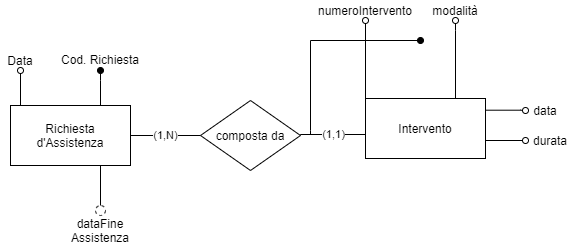
GiovanniRaseraF/ProgettoBasiDiDatiLaboratorio keeps this draw.io diagram as Relazione/image/entita_debole.png. Above is the earlier version. Source tidied: cells renumbered, new cells last; positions are measured from the earlier drawing's top-left corner, leaving out a move shared by most shapes. Its diagram source:
```xml
<mxGraphModel>
  <root>
    <mxCell id="0" />
    <mxCell id="1" parent="0" />
    <mxCell id="2" style="edgeStyle=orthogonalEdgeStyle;rounded=0;jettySize=auto;html=1;exitX=0;exitY=0;exitDx=0;exitDy=0;entryX=0.5;entryY=1;entryDx=0;entryDy=0;startArrow=none;startFill=0;endArrow=oval;endFill=0;strokeWidth=1;jumpStyle=arc;" parent="1" edge="1" source="8" target="3">
      <mxGeometry relative="1" as="geometry">
        <Array as="points">
          <mxPoint x="365" y="20" />
        </Array>
      </mxGeometry>
    </mxCell>
    <mxCell id="3" value="numeroIntervento" style="text;html=1;strokeColor=none;fillColor=none;align=center;verticalAlign=middle;whiteSpace=wrap;rounded=0;" parent="1" vertex="1">
      <mxGeometry x="325" width="80" height="20" as="geometry" />
    </mxCell>
    <mxCell id="4" style="edgeStyle=orthogonalEdgeStyle;rounded=0;jettySize=auto;html=1;exitX=0.5;exitY=1;exitDx=0;exitDy=0;entryX=0.75;entryY=0;entryDx=0;entryDy=0;startArrow=oval;startFill=0;endArrow=none;endFill=0;strokeWidth=1;" parent="1" edge="1" source="5" target="8">
      <mxGeometry relative="1" as="geometry">
        <Array as="points">
          <mxPoint x="455" y="30" />
        </Array>
      </mxGeometry>
    </mxCell>
    <mxCell id="5" value="modalità" style="text;html=1;strokeColor=none;fillColor=none;align=center;verticalAlign=middle;whiteSpace=wrap;rounded=0;" parent="1" vertex="1">
      <mxGeometry x="425" width="60" height="20" as="geometry" />
    </mxCell>
    <mxCell id="6" style="edgeStyle=orthogonalEdgeStyle;rounded=0;jettySize=auto;html=1;exitX=1.003;exitY=0.195;exitDx=0;exitDy=0;startArrow=none;startFill=0;endArrow=oval;endFill=0;strokeColor=#000000;strokeWidth=1;exitPerimeter=0;entryX=0;entryY=0.5;entryDx=0;entryDy=0;" parent="1" edge="1" source="8" target="11">
      <mxGeometry relative="1" as="geometry">
        <Array as="points">
          <mxPoint x="520" y="110" />
        </Array>
      </mxGeometry>
    </mxCell>
    <mxCell id="7" style="edgeStyle=orthogonalEdgeStyle;rounded=0;jettySize=auto;html=1;exitX=1;exitY=0.75;exitDx=0;exitDy=0;endArrow=oval;endFill=0;entryX=0;entryY=0.5;entryDx=0;entryDy=0;" parent="1" edge="1" source="8" target="12">
      <mxGeometry relative="1" as="geometry">
        <Array as="points">
          <mxPoint x="485" y="140" />
        </Array>
      </mxGeometry>
    </mxCell>
    <mxCell id="8" value="Intervento" style="rounded=0;whiteSpace=wrap;html=1;" parent="1" vertex="1">
      <mxGeometry x="365" y="98" width="120" height="60" as="geometry" />
    </mxCell>
    <mxCell id="9" value="(1,1)" style="edgeStyle=orthogonalEdgeStyle;rounded=0;jettySize=auto;html=1;exitX=1;exitY=0.5;exitDx=0;exitDy=0;entryX=0;entryY=0.5;entryDx=0;entryDy=0;startArrow=none;startFill=0;endArrow=none;endFill=0;strokeColor=#000000;strokeWidth=1;" parent="1" edge="1" source="10">
      <mxGeometry relative="1" as="geometry">
        <mxPoint x="365" y="132" as="targetPoint" />
        <Array as="points">
          <mxPoint x="365" y="134" />
        </Array>
      </mxGeometry>
    </mxCell>
    <mxCell id="10" value="composta da" style="rhombus;whiteSpace=wrap;html=1;" parent="1" vertex="1">
      <mxGeometry x="200" y="100" width="100" height="70" as="geometry" />
    </mxCell>
    <mxCell id="11" value="data" style="text;html=1;strokeColor=none;fillColor=none;align=center;verticalAlign=middle;whiteSpace=wrap;rounded=0;" parent="1" vertex="1">
      <mxGeometry x="525" y="100" width="40" height="20" as="geometry" />
    </mxCell>
    <mxCell id="12" value="durata" style="text;html=1;strokeColor=none;fillColor=none;align=center;verticalAlign=middle;whiteSpace=wrap;rounded=0;rotation=0;" parent="1" vertex="1">
      <mxGeometry x="525" y="130" width="50" height="20" as="geometry" />
    </mxCell>
    <mxCell id="13" value="(1,1)" style="edgeLabel;html=1;align=center;verticalAlign=middle;" parent="1" vertex="1">
      <mxGeometry x="424" y="180" as="geometry" />
    </mxCell>
    <mxCell id="14" style="edgeStyle=orthogonalEdgeStyle;rounded=0;orthogonalLoop=1;jettySize=auto;html=1;startArrow=oval;startFill=1;endArrow=none;endFill=0;strokeWidth=1;fillColor=#fff2cc;" parent="1" edge="1">
      <mxGeometry relative="1" as="geometry">
        <mxPoint x="420" y="40" as="sourcePoint" />
        <mxPoint x="310" y="134" as="targetPoint" />
        <Array as="points">
          <mxPoint x="310" y="40" />
          <mxPoint x="310" y="130" />
        </Array>
      </mxGeometry>
    </mxCell>
    <mxCell id="15" style="edgeStyle=orthogonalEdgeStyle;rounded=0;jettySize=auto;html=1;exitX=0.25;exitY=0;exitDx=0;exitDy=0;entryX=0.5;entryY=1;entryDx=0;entryDy=0;strokeColor=#000000;endArrow=oval;endFill=0;" parent="1" edge="1" source="19" target="22">
      <mxGeometry relative="1" as="geometry">
        <Array as="points">
          <mxPoint x="20" y="105" />
        </Array>
      </mxGeometry>
    </mxCell>
    <mxCell id="16" value="(1,N)" style="edgeStyle=orthogonalEdgeStyle;rounded=0;jettySize=auto;html=1;exitX=1;exitY=0.5;exitDx=0;exitDy=0;entryX=0;entryY=0.5;entryDx=0;entryDy=0;endArrow=none;endFill=0;" parent="1" edge="1" source="19" target="10">
      <mxGeometry relative="1" as="geometry" />
    </mxCell>
    <mxCell id="17" style="edgeStyle=orthogonalEdgeStyle;rounded=0;jettySize=auto;html=1;exitX=0.75;exitY=0;exitDx=0;exitDy=0;endArrow=oval;endFill=1;fillColor=#fff2cc;" parent="1" edge="1" source="19">
      <mxGeometry relative="1" as="geometry">
        <mxPoint x="100" y="70" as="targetPoint" />
        <Array as="points">
          <mxPoint x="100" y="80" />
          <mxPoint x="100" y="80" />
        </Array>
      </mxGeometry>
    </mxCell>
    <mxCell id="18" style="edgeStyle=orthogonalEdgeStyle;rounded=0;jettySize=auto;html=1;exitX=0.75;exitY=1;exitDx=0;exitDy=0;entryX=0.5;entryY=0;entryDx=0;entryDy=0;startArrow=none;startFill=0;endArrow=none;endFill=0;" parent="1" edge="1" source="19" target="23">
      <mxGeometry relative="1" as="geometry" />
    </mxCell>
    <mxCell id="19" value="Richiesta d'Assistenza" style="rounded=0;whiteSpace=wrap;html=1;" parent="1" vertex="1">
      <mxGeometry x="10" y="105" width="120" height="60" as="geometry" />
    </mxCell>
    <mxCell id="20" value="Cod. Richiesta" style="text;html=1;strokeColor=none;fillColor=none;align=center;verticalAlign=middle;whiteSpace=wrap;rounded=0;" parent="1" vertex="1">
      <mxGeometry x="50" y="43.8" width="100" height="30" as="geometry" />
    </mxCell>
    <mxCell id="21" value="dataFine&lt;br&gt;Assistenza" style="text;html=1;strokeColor=none;fillColor=none;align=center;verticalAlign=middle;whiteSpace=wrap;rounded=0;" parent="1" vertex="1">
      <mxGeometry x="80" y="215" width="40" height="30" as="geometry" />
    </mxCell>
    <mxCell id="22" value="Data" style="text;html=1;strokeColor=none;fillColor=none;align=center;verticalAlign=middle;whiteSpace=wrap;rounded=0;" parent="1" vertex="1">
      <mxGeometry y="50" width="40" height="20" as="geometry" />
    </mxCell>
    <mxCell id="23" style="ellipse;whiteSpace=wrap;html=1;dashed=1;fillColor=none;" parent="1" vertex="1">
      <mxGeometry x="95" y="205" width="10" height="10" as="geometry" />
    </mxCell>
  </root>
</mxGraphModel>
```
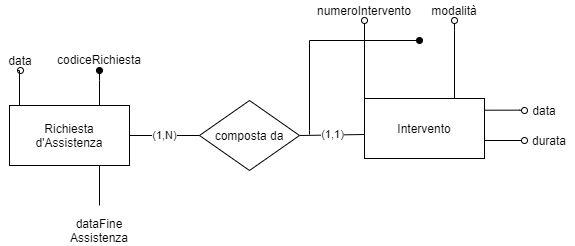
Later version of the same file.

Diff of the diagram source:
```diff
@@ -56,55 +56,51 @@
     <mxCell id="12" value="durata" style="text;html=1;strokeColor=none;fillColor=none;align=center;verticalAlign=middle;whiteSpace=wrap;rounded=0;rotation=0;" parent="1" vertex="1">
       <mxGeometry x="525" y="130" width="50" height="20" as="geometry" />
     </mxCell>
-    <mxCell id="13" value="(1,1)" style="edgeLabel;html=1;align=center;verticalAlign=middle;" parent="1" vertex="1">
-      <mxGeometry x="424" y="180" as="geometry" />
+    <mxCell id="13" style="edgeStyle=orthogonalEdgeStyle;rounded=0;orthogonalLoop=1;jettySize=auto;html=1;startArrow=oval;startFill=1;endArrow=none;endFill=0;strokeWidth=1;fillColor=#fff2cc;" parent="1" edge="1">
+      <mxGeometry relative="1" as="geometry">
+        <mxPoint x="420" y="40" as="sourcePoint" />
+        <mxPoint x="310" y="134" as="targetPoint" />
+        <Array as="points">
+          <mxPoint x="310" y="40" />
+          <mxPoint x="310" y="130" />
+        </Array>
+      </mxGeometry>
     </mxCell>
-    <mxCell id="14" style="edgeStyle=orthogonalEdgeStyle;rounded=0;orthogonalLoop=1;jettySize=auto;html=1;startArrow=oval;startFill=1;endArrow=none;endFill=0;strokeWidth=1;fillColor=#fff2cc;" parent="1" edge="1">
+    <mxCell id="14" style="edgeStyle=orthogonalEdgeStyle;rounded=0;jettySize=auto;html=1;exitX=0.25;exitY=0;exitDx=0;exitDy=0;entryX=0.5;entryY=1;entryDx=0;entryDy=0;strokeColor=#000000;endArrow=oval;endFill=0;" parent="1" edge="1" source="18" target="21">
       <mxGeometry relative="1" as="geometry">
-        <mxPoint x="420" y="40" as="sourcePoint" />
-        <mxPoint x="310" y="134" as="targetPoint" />
         <Array as="points">
-          <mxPoint x="310" y="40" />
-          <mxPoint x="310" y="130" />
+          <mxPoint x="20" y="105" />
         </Array>
       </mxGeometry>
     </mxCell>
-    <mxCell id="15" style="edgeStyle=orthogonalEdgeStyle;rounded=0;jettySize=auto;html=1;exitX=0.25;exitY=0;exitDx=0;exitDy=0;entryX=0.5;entryY=1;entryDx=0;entryDy=0;strokeColor=#000000;endArrow=oval;endFill=0;" parent="1" edge="1" source="19" target="22">
-      <mxGeometry relative="1" as="geometry">
-        <Array as="points">
-          <mxPoint x="20" y="105" />
-        </Array>
-      </mxGeometry>
+    <mxCell id="15" value="(1,N)" style="edgeStyle=orthogonalEdgeStyle;rounded=0;jettySize=auto;html=1;exitX=1;exitY=0.5;exitDx=0;exitDy=0;entryX=0;entryY=0.5;entryDx=0;entryDy=0;endArrow=none;endFill=0;" parent="1" edge="1" source="18" target="10">
+      <mxGeometry relative="1" as="geometry" />
     </mxCell>
-    <mxCell id="16" value="(1,N)" style="edgeStyle=orthogonalEdgeStyle;rounded=0;jettySize=auto;html=1;exitX=1;exitY=0.5;exitDx=0;exitDy=0;entryX=0;entryY=0.5;entryDx=0;entryDy=0;endArrow=none;endFill=0;" parent="1" edge="1" source="19" target="10">
-      <mxGeometry relative="1" as="geometry" />
+    <mxCell id="16" style="edgeStyle=orthogonalEdgeStyle;rounded=0;jettySize=auto;html=1;exitX=0.75;exitY=0;exitDx=0;exitDy=0;endArrow=oval;endFill=1;fillColor=#fff2cc;" parent="1" edge="1" source="18">
+      <mxGeometry relative="1" as="geometry">
+        <mxPoint x="100" y="70" as="targetPoint" />
+        <Array as="points">
+          <mxPoint x="100" y="80" />
+          <mxPoint x="100" y="80" />
+        </Array>
+      </mxGeometry>
     </mxCell>
-    <mxCell id="17" style="edgeStyle=orthogonalEdgeStyle;rounded=0;jettySize=auto;html=1;exitX=0.75;exitY=0;exitDx=0;exitDy=0;endArrow=oval;endFill=1;fillColor=#fff2cc;" parent="1" edge="1" source="19">
+    <mxCell id="17" style="edgeStyle=orthogonalEdgeStyle;rounded=0;jettySize=auto;html=1;exitX=0.75;exitY=1;exitDx=0;exitDy=0;entryX=0.5;entryY=0;entryDx=0;entryDy=0;startArrow=none;startFill=0;endArrow=none;endFill=0;" parent="1" edge="1" source="18">
       <mxGeometry relative="1" as="geometry">
-        <mxPoint x="100" y="70" as="targetPoint" />
-        <Array as="points">
-          <mxPoint x="100" y="80" />
-          <mxPoint x="100" y="80" />
-        </Array>
+        <mxPoint x="100" y="205" as="targetPoint" />
       </mxGeometry>
     </mxCell>
-    <mxCell id="18" style="edgeStyle=orthogonalEdgeStyle;rounded=0;jettySize=auto;html=1;exitX=0.75;exitY=1;exitDx=0;exitDy=0;entryX=0.5;entryY=0;entryDx=0;entryDy=0;startArrow=none;startFill=0;endArrow=none;endFill=0;" parent="1" edge="1" source="19" target="23">
-      <mxGeometry relative="1" as="geometry" />
+    <mxCell id="18" value="Richiesta d'Assistenza" style="rounded=0;whiteSpace=wrap;html=1;" parent="1" vertex="1">
+      <mxGeometry x="10" y="105" width="120" height="60" as="geometry" />
     </mxCell>
-    <mxCell id="19" value="Richiesta d'Assistenza" style="rounded=0;whiteSpace=wrap;html=1;" parent="1" vertex="1">
-      <mxGeometry x="10" y="105" width="120" height="60" as="geometry" />
+    <mxCell id="19" value="codiceRichiesta" style="text;html=1;strokeColor=none;fillColor=none;align=center;verticalAlign=middle;whiteSpace=wrap;rounded=0;" parent="1" vertex="1">
+      <mxGeometry x="50" y="43.8" width="100" height="30" as="geometry" />
     </mxCell>
-    <mxCell id="20" value="Cod. Richiesta" style="text;html=1;strokeColor=none;fillColor=none;align=center;verticalAlign=middle;whiteSpace=wrap;rounded=0;" parent="1" vertex="1">
-      <mxGeometry x="50" y="43.8" width="100" height="30" as="geometry" />
+    <mxCell id="20" value="dataFine&lt;br&gt;Assistenza" style="text;html=1;strokeColor=none;fillColor=none;align=center;verticalAlign=middle;whiteSpace=wrap;rounded=0;" parent="1" vertex="1">
+      <mxGeometry x="80" y="215" width="40" height="30" as="geometry" />
     </mxCell>
-    <mxCell id="21" value="dataFine&lt;br&gt;Assistenza" style="text;html=1;strokeColor=none;fillColor=none;align=center;verticalAlign=middle;whiteSpace=wrap;rounded=0;" parent="1" vertex="1">
-      <mxGeometry x="80" y="215" width="40" height="30" as="geometry" />
+    <mxCell id="21" value="data" style="text;html=1;strokeColor=none;fillColor=none;align=center;verticalAlign=middle;whiteSpace=wrap;rounded=0;" parent="1" vertex="1">
+      <mxGeometry x="1" y="50" width="40" height="20" as="geometry" />
     </mxCell>
-    <mxCell id="22" value="Data" style="text;html=1;strokeColor=none;fillColor=none;align=center;verticalAlign=middle;whiteSpace=wrap;rounded=0;" parent="1" vertex="1">
-      <mxGeometry y="50" width="40" height="20" as="geometry" />
-    </mxCell>
-    <mxCell id="23" style="ellipse;whiteSpace=wrap;html=1;dashed=1;fillColor=none;" parent="1" vertex="1">
-      <mxGeometry x="95" y="205" width="10" height="10" as="geometry" />
-    </mxCell>
   </root>
 </mxGraphModel>
```
